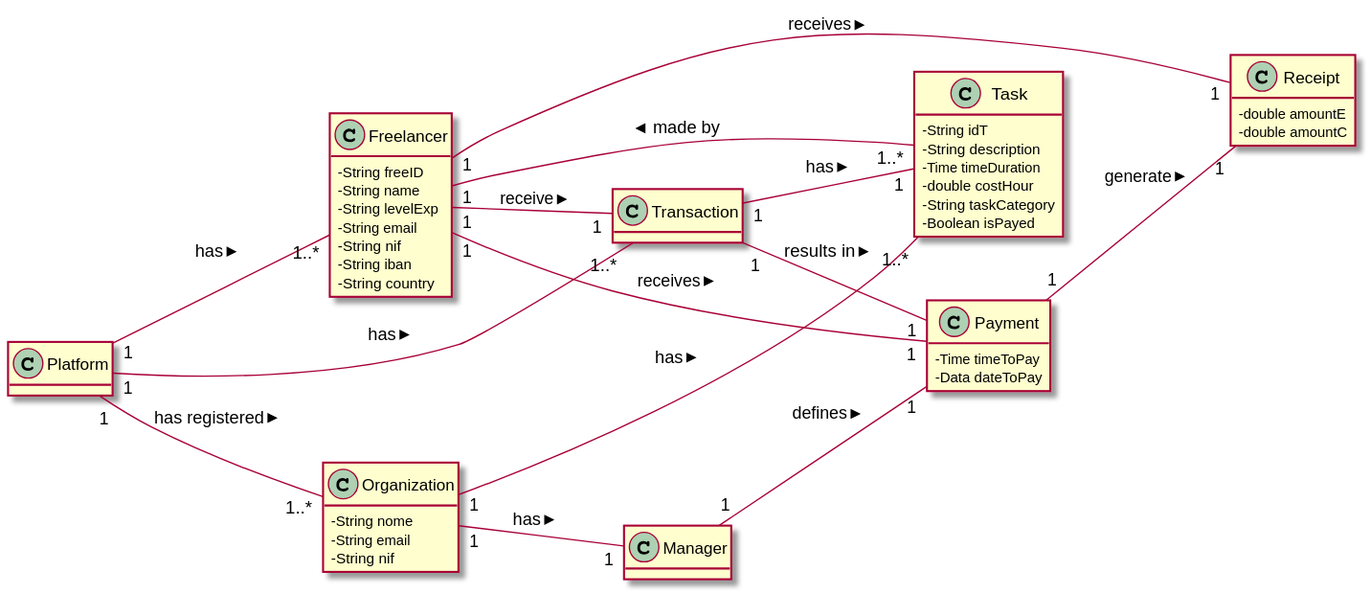
This is docs/UC7 - Do Payment Automatically/UC7_MD.svg from 1190452/LAPR2, a PlantUML export, as it was before one commit.
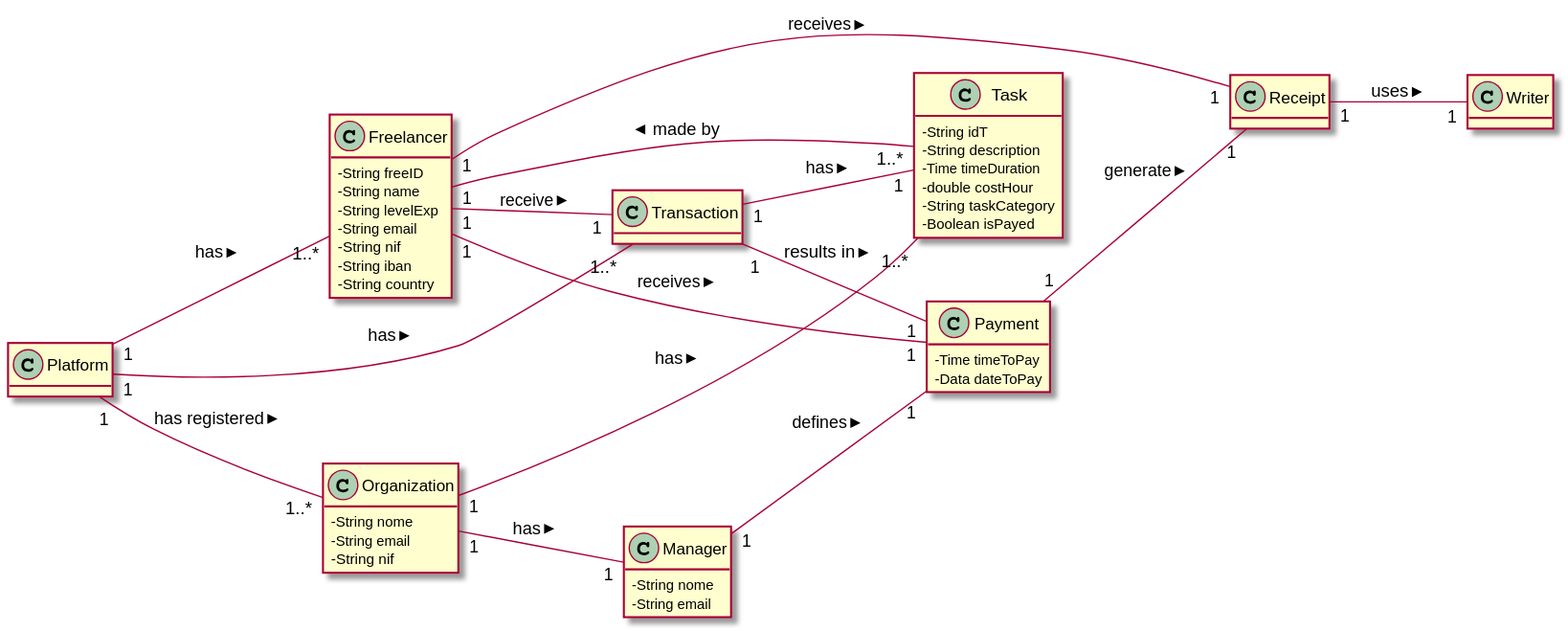
The same diagram one commit later.

The edit, as a diff of the source:
```diff
@@ -32,14 +32,17 @@
 }
 
 class Receipt {
-  -double amountE
-  -double amountC
+
 }
 
 class Transaction {
 
 }
 
+class Manager {
+  -String nome
+  -String email
+}
 
 
 class Payment{
@@ -47,6 +50,8 @@
   -Data dateToPay
 }
 
+class Writer{
+}
 
 
 
@@ -71,7 +76,7 @@
 
 Payment "1" -- "1" Receipt: generate >
 
-
+Receipt "1" -- "1" Writer : uses >
 
 
 @enduml
```
